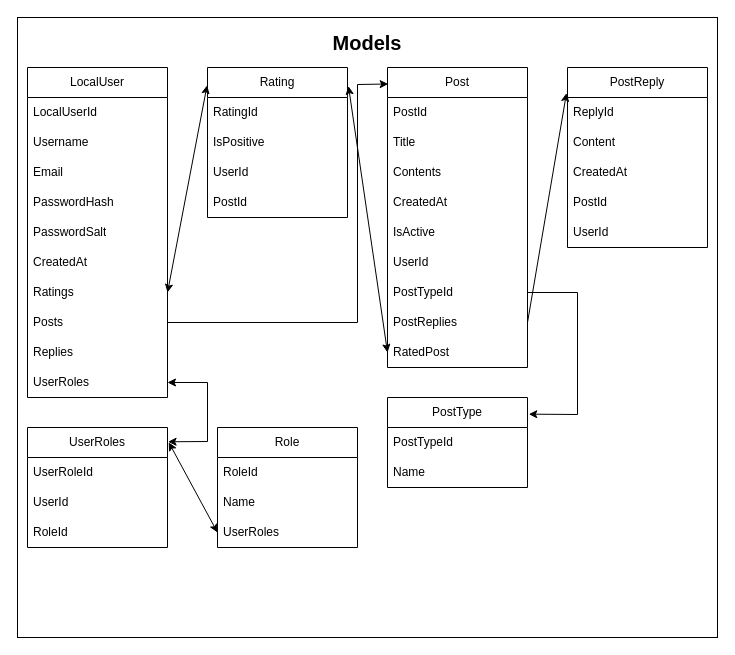
This is Forum.drawio from TaurasCern/HSForum, a draw.io file, before an edit. Source tidied: cells renumbered, new cells numbered last; positions are measured from the earlier drawing's top-left corner, leaving out a move shared by most shapes. Both pictures are drawn from the tidied source at 100%, with x=0, y=0 at pixel (17, 17).
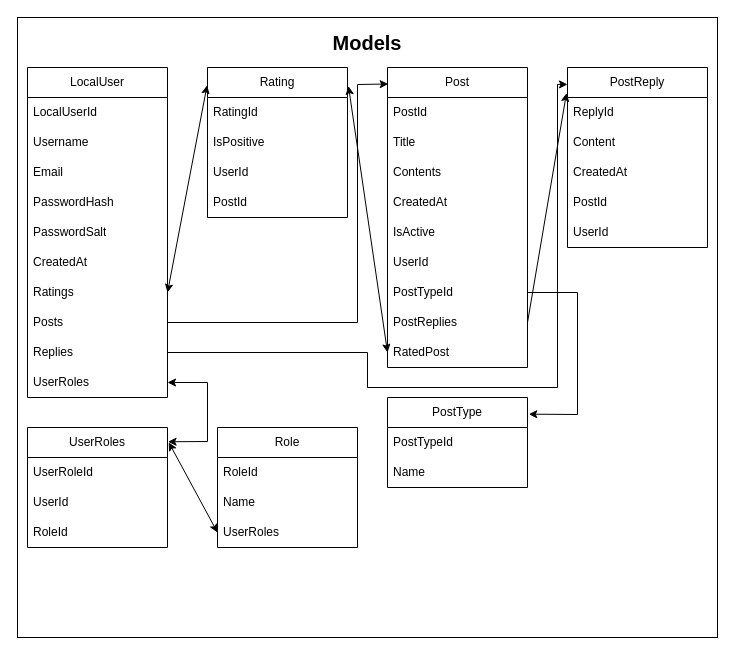
The same page after the edit.

Unchanged cells that the change refers to:
```xml
<mxCell id="12" value="Replies" style="text;strokeColor=none;fillColor=none;align=left;verticalAlign=middle;spacingLeft=4;spacingRight=4;overflow=hidden;points=[[0,0.5],[1,0.5]];portConstraint=eastwest;whiteSpace=wrap;html=1;" parent="3" vertex="1">
  <mxGeometry y="270" width="140" height="30" as="geometry" />
</mxCell>
<mxCell id="30" value="PostReply" style="swimlane;fontStyle=0;horizontal=1;startSize=30;whiteSpace=wrap;html=1;" parent="1" vertex="1">
  <mxGeometry x="550" y="50" width="140" height="180" as="geometry" />
</mxCell>
```

The edit, as a diff of the source:
```diff
@@
+    <mxCell id="54" style="edgeStyle=orthogonalEdgeStyle;rounded=0;jettySize=auto;html=1;exitX=1;exitY=0.5;exitDx=0;exitDy=0;entryX=0;entryY=0.094;entryDx=0;entryDy=0;entryPerimeter=0;" parent="1" edge="1" source="12" target="30">
+      <mxGeometry relative="1" as="geometry">
+        <Array as="points">
+          <mxPoint x="350" y="335" />
+          <mxPoint x="350" y="370" />
+          <mxPoint x="540" y="370" />
+          <mxPoint x="540" y="67" />
+        </Array>
+      </mxGeometry>
+    </mxCell>
```
